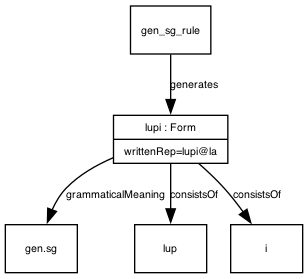
ontolex/morph keeps this Graphviz diagram as examples/example_13.png. Above is the earlier version. Its source is kept beside it as examples/example_13.dot.
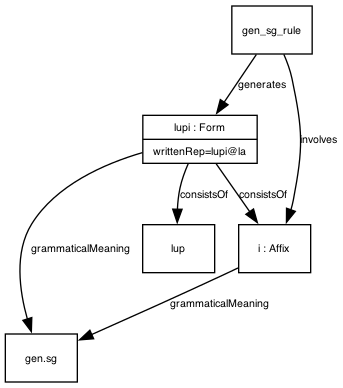
The same diagram one commit later.

Commit message:
Reword morph:involves, add clarifications to morph:generates and change the examples from given morphs to generating them. In addition, fix aufstehen example. Fixes #46

The edit, as a diff of the source:
```diff
@@ -17,9 +17,11 @@
 lupi -> gensg [ label="grammaticalMeaning" ]
 lup [ label="{lup}" ]
 lupi -> lup [ label="consistsOf" ]
-i [ label="{i}" ]
+i -> gensg [ label="grammaticalMeaning" ]
+i [ label="{i : Affix}" ]
 lupi -> i [ label="consistsOf" ]
 lupi [ label="{lupi : Form|writtenRep=lupi@la}" ]
 gen_sg_rule -> lupi [ label="generates" ]
+gen_sg_rule -> i [ label="involves" ]
 gen_sg_rule [ label="{gen_sg_rule}" ]
 }
```
